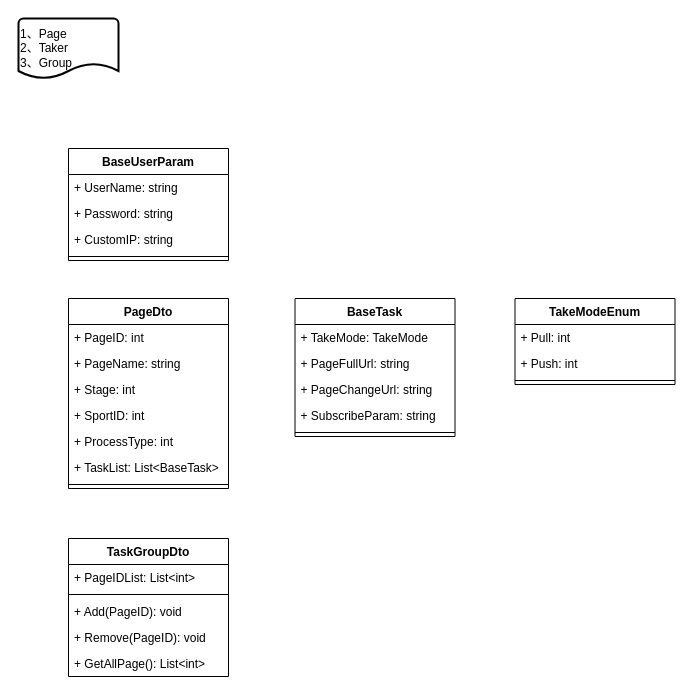
Before: page "资源数据模块" (4 of 9) of Designs.drawio in AugustusGao/CommonReptile, a draw.io diagram. Source tidied: cells renumbered, new cells numbered last; positions are measured from the earlier drawing's top-left corner, leaving out a move shared by most shapes. Both pictures are drawn from the tidied source at 100%, with x=0, y=0 at pixel (18, 18).
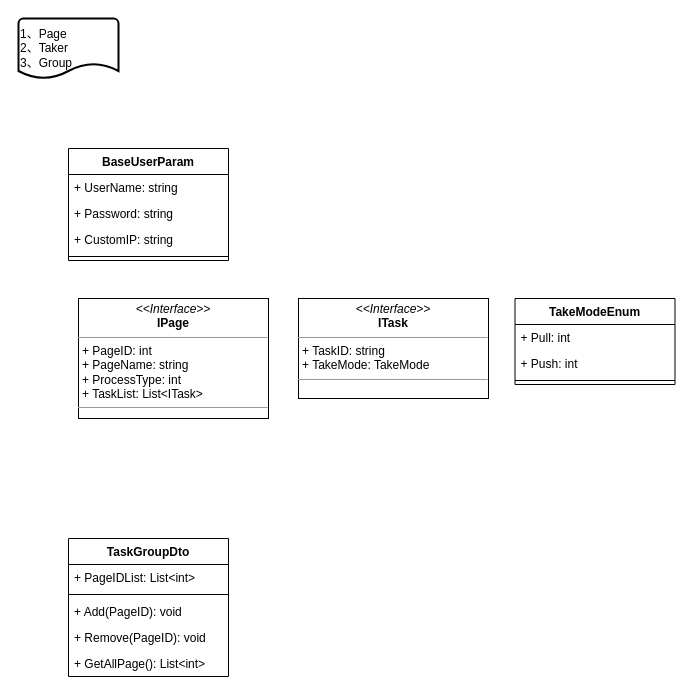
The same diagram, later.

Commit message (it also covers changes not shown here):
PageDto Change IPage

Change to the diagram source:
```diff
@@
-    <mxCell id="3" value="PageDto" style="swimlane;fontStyle=1;align=center;verticalAlign=top;horizontal=1;startSize=26;" parent="1" vertex="1">
-      <mxGeometry x="50" y="280" width="160" height="190" as="geometry" />
-    </mxCell>
-    <mxCell id="4" value="+ PageID: int" style="text;strokeColor=none;fillColor=none;align=left;verticalAlign=top;spacingLeft=4;spacingRight=4;overflow=hidden;" parent="3" vertex="1">
-      <mxGeometry y="26" width="160" height="26" as="geometry" />
-    </mxCell>
-    <mxCell id="5" value="+ PageName: string" style="text;strokeColor=none;fillColor=none;align=left;verticalAlign=top;spacingLeft=4;spacingRight=4;overflow=hidden;" parent="3" vertex="1">
-      <mxGeometry y="52" width="160" height="26" as="geometry" />
-    </mxCell>
-    <mxCell id="6" value="+ Stage: int" style="text;strokeColor=none;fillColor=none;align=left;verticalAlign=top;spacingLeft=4;spacingRight=4;overflow=hidden;" parent="3" vertex="1">
-      <mxGeometry y="78" width="160" height="26" as="geometry" />
-    </mxCell>
-    <mxCell id="7" value="+ SportID: int" style="text;strokeColor=none;fillColor=none;align=left;verticalAlign=top;spacingLeft=4;spacingRight=4;overflow=hidden;" parent="3" vertex="1">
-      <mxGeometry y="104" width="160" height="26" as="geometry" />
-    </mxCell>
-    <mxCell id="8" value="+ ProcessType: int" style="text;strokeColor=none;fillColor=none;align=left;verticalAlign=top;spacingLeft=4;spacingRight=4;overflow=hidden;" parent="3" vertex="1">
-      <mxGeometry y="130" width="160" height="26" as="geometry" />
-    </mxCell>
-    <mxCell id="9" value="+ TaskList: List&lt;BaseTask&gt;" style="text;strokeColor=none;fillColor=none;align=left;verticalAlign=top;spacingLeft=4;spacingRight=4;overflow=hidden;" parent="3" vertex="1">
-      <mxGeometry y="156" width="160" height="26" as="geometry" />
-    </mxCell>
-    <mxCell id="10" style="line;strokeWidth=1;fillColor=none;align=left;verticalAlign=middle;spacingTop=-1;spacingLeft=3;spacingRight=3;labelPosition=right;" parent="3" vertex="1">
-      <mxGeometry y="182" width="160" height="8" as="geometry" />
-    </mxCell>
@@
-    <mxCell id="21" value="BaseTask" style="swimlane;fontStyle=1;align=center;verticalAlign=top;horizontal=1;startSize=26;" parent="1" vertex="1">
-      <mxGeometry x="276.5" y="280" width="160" height="138" as="geometry" />
-    </mxCell>
-    <mxCell id="22" value="+ TakeMode: TakeMode" style="text;strokeColor=none;fillColor=none;align=left;verticalAlign=top;spacingLeft=4;spacingRight=4;overflow=hidden;" parent="21" vertex="1">
-      <mxGeometry y="26" width="160" height="26" as="geometry" />
-    </mxCell>
-    <mxCell id="23" value="+ PageFullUrl: string" style="text;strokeColor=none;fillColor=none;align=left;verticalAlign=top;spacingLeft=4;spacingRight=4;overflow=hidden;" parent="21" vertex="1">
-      <mxGeometry y="52" width="160" height="26" as="geometry" />
-    </mxCell>
-    <mxCell id="24" value="+ PageChangeUrl: string" style="text;strokeColor=none;fillColor=none;align=left;verticalAlign=top;spacingLeft=4;spacingRight=4;overflow=hidden;" parent="21" vertex="1">
-      <mxGeometry y="78" width="160" height="26" as="geometry" />
-    </mxCell>
-    <mxCell id="25" value="+ SubscribeParam: string" style="text;strokeColor=none;fillColor=none;align=left;verticalAlign=top;spacingLeft=4;spacingRight=4;overflow=hidden;" parent="21" vertex="1">
-      <mxGeometry y="104" width="160" height="26" as="geometry" />
-    </mxCell>
-    <mxCell id="26" style="line;strokeWidth=1;fillColor=none;align=left;verticalAlign=middle;spacingTop=-1;spacingLeft=3;spacingRight=3;labelPosition=right;" parent="21" vertex="1">
-      <mxGeometry y="130" width="160" height="8" as="geometry" />
-    </mxCell>
@@
+    <mxCell id="32" value="&lt;p style=&quot;margin: 0px ; margin-top: 4px ; text-align: center&quot;&gt;&lt;i&gt;&amp;lt;&amp;lt;Interface&amp;gt;&amp;gt;&lt;/i&gt;&lt;br&gt;&lt;b&gt;IPage&lt;/b&gt;&lt;/p&gt;&lt;hr size=&quot;1&quot;&gt;&lt;p style=&quot;margin: 0px ; margin-left: 4px&quot;&gt;+&amp;nbsp;PageID: int&lt;br&gt;+&amp;nbsp;PageName: string&lt;br&gt;&lt;/p&gt;&lt;p style=&quot;margin: 0px ; margin-left: 4px&quot;&gt;+ ProcessType: int&lt;br&gt;&lt;/p&gt;&lt;p style=&quot;margin: 0px ; margin-left: 4px&quot;&gt;+ TaskList: List&amp;lt;ITask&amp;gt;&lt;br&gt;&lt;/p&gt;&lt;hr size=&quot;1&quot;&gt;&lt;p style=&quot;margin: 0px ; margin-left: 4px&quot;&gt;&lt;br&gt;&lt;/p&gt;" style="verticalAlign=top;align=left;overflow=fill;fontSize=12;fontFamily=Helvetica;html=1;" parent="1" vertex="1">
+      <mxGeometry x="60" y="280" width="190" height="120" as="geometry" />
+    </mxCell>
+    <mxCell id="33" value="&lt;p style=&quot;margin: 0px ; margin-top: 4px ; text-align: center&quot;&gt;&lt;i&gt;&amp;lt;&amp;lt;Interface&amp;gt;&amp;gt;&lt;/i&gt;&lt;br&gt;&lt;b&gt;ITask&lt;/b&gt;&lt;/p&gt;&lt;hr size=&quot;1&quot;&gt;&lt;p style=&quot;margin: 0px ; margin-left: 4px&quot;&gt;+ TaskID: string&lt;br&gt;+ TakeMode: TakeMode&lt;br&gt;&lt;/p&gt;&lt;hr size=&quot;1&quot;&gt;&lt;p style=&quot;margin: 0px ; margin-left: 4px&quot;&gt;&lt;br&gt;&lt;/p&gt;" style="verticalAlign=top;align=left;overflow=fill;fontSize=12;fontFamily=Helvetica;html=1;" parent="1" vertex="1">
+      <mxGeometry x="280" y="280" width="190" height="100" as="geometry" />
+    </mxCell>
```
